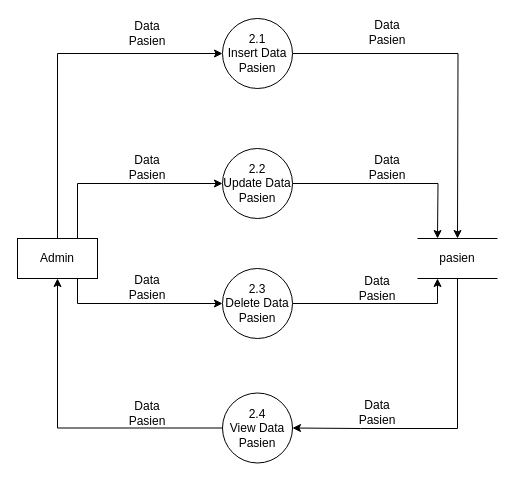
Above: page "DFD Level 2 Proses 5" (7 of 10) of Sistem Informasi Pelayanan Puskesmas Plered/Untitled Diagram.drawio in umarshd/dfd-skripsi (draw.io), before the change. Source tidied: cells renumbered, new cells numbered last; positions are measured from the earlier drawing's top-left corner, leaving out a move shared by most shapes. Both pictures are drawn from the tidied source at 100%, with x=0, y=0 at pixel (17, 17).
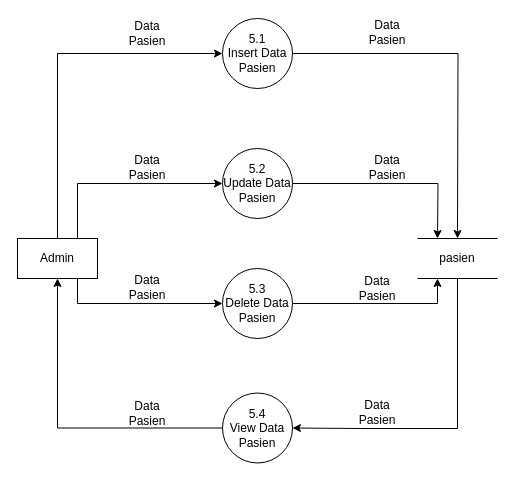
The same diagram, later.

What changed in the source:
```diff
@@
-    <mxCell id="3" value="2.1&lt;br&gt;Insert Data Pasien" style="ellipse;whiteSpace=wrap;html=1;" parent="1" vertex="1">
+    <mxCell id="3" value="5.1&lt;br&gt;Insert Data Pasien" style="ellipse;whiteSpace=wrap;html=1;" parent="1" vertex="1">
       <mxGeometry x="205" y="1" width="70" height="70" as="geometry" />
     </mxCell>
@@
-    <mxCell id="9" value="2.2&lt;br&gt;Update Data Pasien" style="ellipse;whiteSpace=wrap;html=1;" parent="1" vertex="1">
+    <mxCell id="9" value="5.2&lt;br&gt;Update Data Pasien" style="ellipse;whiteSpace=wrap;html=1;" parent="1" vertex="1">
       <mxGeometry x="205" y="131" width="70" height="70" as="geometry" />
     </mxCell>
@@
-    <mxCell id="11" value="2.3&lt;br&gt;Delete Data Pasien" style="ellipse;whiteSpace=wrap;html=1;" parent="1" vertex="1">
+    <mxCell id="11" value="5.3&lt;br&gt;Delete Data Pasien" style="ellipse;whiteSpace=wrap;html=1;" parent="1" vertex="1">
       <mxGeometry x="205" y="251" width="70" height="70" as="geometry" />
     </mxCell>
@@
-    <mxCell id="13" value="2.4&lt;br&gt;View Data Pasien" style="ellipse;whiteSpace=wrap;html=1;" parent="1" vertex="1">
+    <mxCell id="13" value="5.4&lt;br&gt;View Data Pasien" style="ellipse;whiteSpace=wrap;html=1;" parent="1" vertex="1">
       <mxGeometry x="205" y="375.5" width="70" height="70" as="geometry" />
     </mxCell>
```
